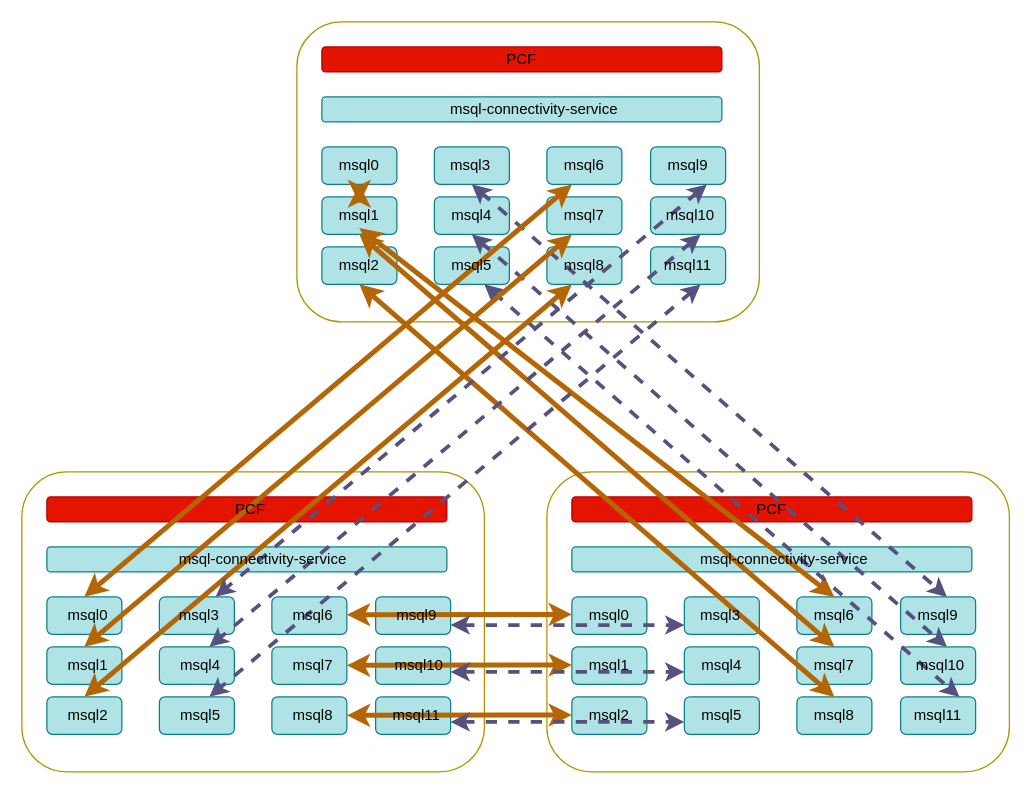
The draw.io diagram PCF_DB.drawio in diegomateus12/diegomateus12, before the edit. Source tidied: cells renumbered, new cells numbered last; positions are measured from the earlier drawing's top-left corner, leaving out a move shared by most shapes. Both pictures are drawn from the tidied source at 125%, with x=0, y=0 at pixel (21, 21).
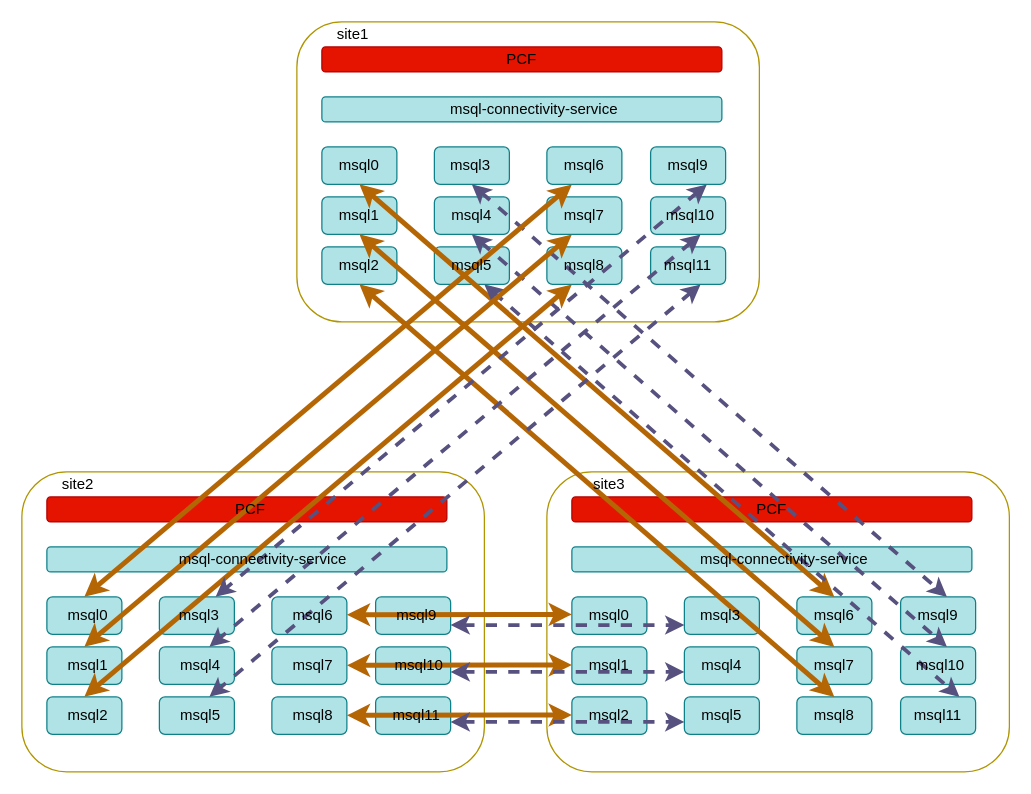
The same page after the edit.

Unchanged cells that the change refers to:
```xml
<mxCell id="5" style="rounded=1;whiteSpace=wrap;html=1;fillColor=#b0e3e6;strokeColor=#0e8088;" parent="1" vertex="1">
  <mxGeometry x="240" y="100" width="60" height="30" as="geometry" />
</mxCell>
<mxCell id="41" style="rounded=1;whiteSpace=wrap;html=1;fillColor=#b0e3e6;strokeColor=#0e8088;" parent="1" vertex="1">
  <mxGeometry x="620" y="460" width="60" height="30" as="geometry" />
</mxCell>
<mxCell id="67" value="msql1" style="text;html=1;align=center;verticalAlign=middle;whiteSpace=wrap;rounded=0;" parent="1" vertex="1">
  <mxGeometry x="245" y="145" width="50" height="20" as="geometry" />
</mxCell>
```

What changed in the source:
```diff
@@
-    <mxCell id="47" style="endArrow=classic;startArrow=classic;html=1;rounded=0;entryX=0.5;entryY=0;entryDx=0;entryDy=0;exitX=0.5;exitY=1;exitDx=0;exitDy=0;fillColor=#fad7ac;strokeColor=#b46504;strokeWidth=4;" parent="1" edge="1" source="67" target="41">
+    <mxCell id="47" style="endArrow=classic;startArrow=classic;html=1;rounded=0;entryX=0.5;entryY=0;entryDx=0;entryDy=0;fillColor=#fad7ac;strokeColor=#b46504;strokeWidth=4;exitX=0.5;exitY=1;exitDx=0;exitDy=0;" parent="1" edge="1" source="5" target="41">
       <mxGeometry relative="1" as="geometry" />
     </mxCell>
@@
-    <mxCell id="66" style="endArrow=classic;startArrow=classic;html=1;rounded=0;entryX=0.5;entryY=0;entryDx=0;entryDy=0;exitX=0.5;exitY=1;exitDx=0;exitDy=0;fillColor=#fad7ac;strokeColor=#b46504;strokeWidth=4;" parent="1" edge="1" source="5" target="67">
-      <mxGeometry relative="1" as="geometry" />
-    </mxCell>
@@
+    <mxCell id="108" value="site1" style="text;html=1;align=center;verticalAlign=middle;whiteSpace=wrap;rounded=0;" parent="1" vertex="1">
+      <mxGeometry x="240" width="50" height="20" as="geometry" />
+    </mxCell>
+    <mxCell id="109" value="site2" style="text;html=1;align=center;verticalAlign=middle;whiteSpace=wrap;rounded=0;" parent="1" vertex="1">
+      <mxGeometry x="20" y="360" width="50" height="20" as="geometry" />
+    </mxCell>
+    <mxCell id="110" value="site3" style="text;html=1;align=center;verticalAlign=middle;whiteSpace=wrap;rounded=0;" parent="1" vertex="1">
+      <mxGeometry x="445" y="360" width="50" height="20" as="geometry" />
+    </mxCell>
```
